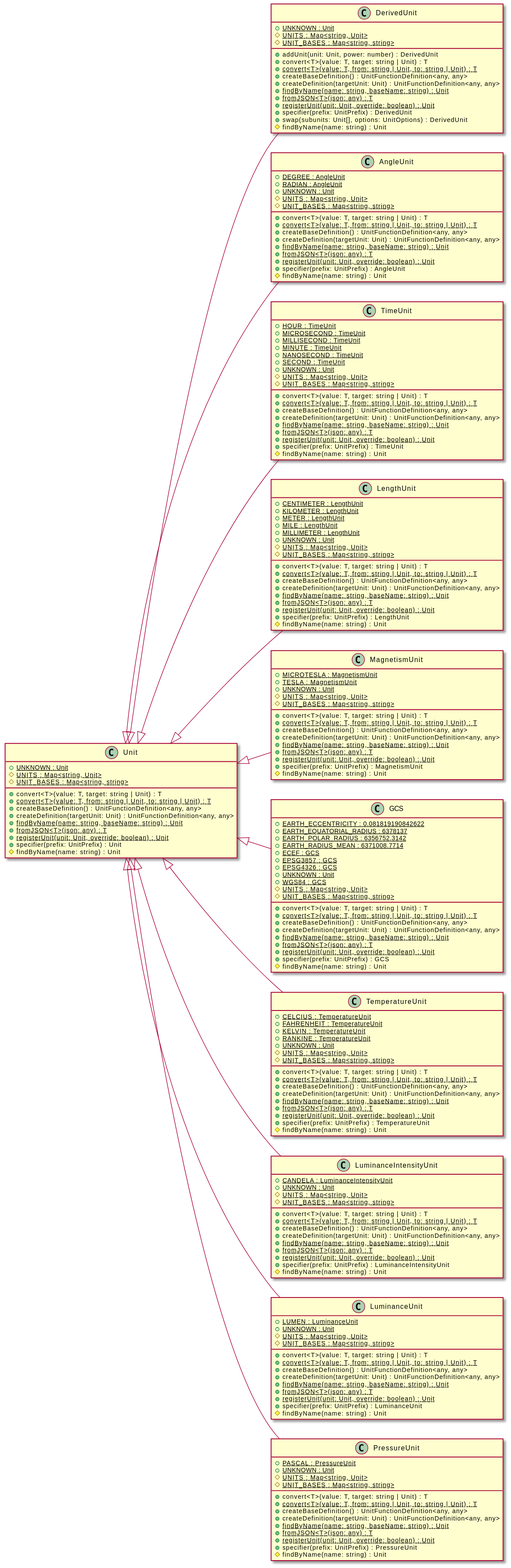
The PlantUML diagram assets/Unit-umlClassDiagram-542.svg in OpenHPS/openhps-core, before a commit.
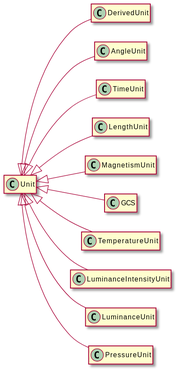
The same diagram one commit later.

Diff of the diagram source:
```diff
@@ -4,199 +4,35 @@
 hide empty methods
 hide empty fields
 class "Unit" {
-    {static} +UNKNOWN : Unit
-    {static} #UNITS : Map<string, Unit>
-    {static} #UNIT_BASES : Map<string, string>
-    +convert<T>(value: T, target: string | Unit) : T
-    {static} +convert<T>(value: T, from: string | Unit, to: string | Unit) : T
-    +createBaseDefinition() : UnitFunctionDefinition<any, any>
-    +createDefinition(targetUnit: Unit) : UnitFunctionDefinition<any, any>
-    {static} +findByName(name: string, baseName: string) : Unit
-    {static} +fromJSON<T>(json: any) : T
-    {static} +registerUnit(unit: Unit, override: boolean) : Unit
-    +specifier(prefix: UnitPrefix) : Unit
-    #findByName(name: string) : Unit
 }
 class "DerivedUnit" {
-    {static} +UNKNOWN : Unit
-    {static} #UNITS : Map<string, Unit>
-    {static} #UNIT_BASES : Map<string, string>
-    +addUnit(unit: Unit, power: number) : DerivedUnit
-    +convert<T>(value: T, target: string | Unit) : T
-    {static} +convert<T>(value: T, from: string | Unit, to: string | Unit) : T
-    +createBaseDefinition() : UnitFunctionDefinition<any, any>
-    +createDefinition(targetUnit: Unit) : UnitFunctionDefinition<any, any>
-    {static} +findByName(name: string, baseName: string) : Unit
-    {static} +fromJSON<T>(json: any) : T
-    {static} +registerUnit(unit: Unit, override: boolean) : Unit
-    +specifier(prefix: UnitPrefix) : DerivedUnit
-    +swap(subunits: Unit[], options: UnitOptions) : DerivedUnit
-    #findByName(name: string) : Unit
 }
 "Unit" <|-- "DerivedUnit"
 class "AngleUnit" {
-    {static} +DEGREE : AngleUnit
-    {static} +RADIAN : AngleUnit
-    {static} +UNKNOWN : Unit
-    {static} #UNITS : Map<string, Unit>
-    {static} #UNIT_BASES : Map<string, string>
-    +convert<T>(value: T, target: string | Unit) : T
-    {static} +convert<T>(value: T, from: string | Unit, to: string | Unit) : T
-    +createBaseDefinition() : UnitFunctionDefinition<any, any>
-    +createDefinition(targetUnit: Unit) : UnitFunctionDefinition<any, any>
-    {static} +findByName(name: string, baseName: string) : Unit
-    {static} +fromJSON<T>(json: any) : T
-    {static} +registerUnit(unit: Unit, override: boolean) : Unit
-    +specifier(prefix: UnitPrefix) : AngleUnit
-    #findByName(name: string) : Unit
 }
 "Unit" <|-- "AngleUnit"
 class "TimeUnit" {
-    {static} +HOUR : TimeUnit
-    {static} +MICROSECOND : TimeUnit
-    {static} +MILLISECOND : TimeUnit
-    {static} +MINUTE : TimeUnit
-    {static} +NANOSECOND : TimeUnit
-    {static} +SECOND : TimeUnit
-    {static} +UNKNOWN : Unit
-    {static} #UNITS : Map<string, Unit>
-    {static} #UNIT_BASES : Map<string, string>
-    +convert<T>(value: T, target: string | Unit) : T
-    {static} +convert<T>(value: T, from: string | Unit, to: string | Unit) : T
-    +createBaseDefinition() : UnitFunctionDefinition<any, any>
-    +createDefinition(targetUnit: Unit) : UnitFunctionDefinition<any, any>
-    {static} +findByName(name: string, baseName: string) : Unit
-    {static} +fromJSON<T>(json: any) : T
-    {static} +registerUnit(unit: Unit, override: boolean) : Unit
-    +specifier(prefix: UnitPrefix) : TimeUnit
-    #findByName(name: string) : Unit
 }
 "Unit" <|-- "TimeUnit"
 class "LengthUnit" {
-    {static} +CENTIMETER : LengthUnit
-    {static} +KILOMETER : LengthUnit
-    {static} +METER : LengthUnit
-    {static} +MILE : LengthUnit
-    {static} +MILLIMETER : LengthUnit
-    {static} +UNKNOWN : Unit
-    {static} #UNITS : Map<string, Unit>
-    {static} #UNIT_BASES : Map<string, string>
-    +convert<T>(value: T, target: string | Unit) : T
-    {static} +convert<T>(value: T, from: string | Unit, to: string | Unit) : T
-    +createBaseDefinition() : UnitFunctionDefinition<any, any>
-    +createDefinition(targetUnit: Unit) : UnitFunctionDefinition<any, any>
-    {static} +findByName(name: string, baseName: string) : Unit
-    {static} +fromJSON<T>(json: any) : T
-    {static} +registerUnit(unit: Unit, override: boolean) : Unit
-    +specifier(prefix: UnitPrefix) : LengthUnit
-    #findByName(name: string) : Unit
 }
 "Unit" <|-- "LengthUnit"
 class "MagnetismUnit" {
-    {static} +MICROTESLA : MagnetismUnit
-    {static} +TESLA : MagnetismUnit
-    {static} +UNKNOWN : Unit
-    {static} #UNITS : Map<string, Unit>
-    {static} #UNIT_BASES : Map<string, string>
-    +convert<T>(value: T, target: string | Unit) : T
-    {static} +convert<T>(value: T, from: string | Unit, to: string | Unit) : T
-    +createBaseDefinition() : UnitFunctionDefinition<any, any>
-    +createDefinition(targetUnit: Unit) : UnitFunctionDefinition<any, any>
-    {static} +findByName(name: string, baseName: string) : Unit
-    {static} +fromJSON<T>(json: any) : T
-    {static} +registerUnit(unit: Unit, override: boolean) : Unit
-    +specifier(prefix: UnitPrefix) : MagnetismUnit
-    #findByName(name: string) : Unit
 }
 "Unit" <|-- "MagnetismUnit"
 class "GCS" {
-    {static} +EARTH_ECCENTRICITY : 0.081819190842622
-    {static} +EARTH_EQUATORIAL_RADIUS : 6378137
-    {static} +EARTH_POLAR_RADIUS : 6356752.3142
-    {static} +EARTH_RADIUS_MEAN : 6371008.7714
-    {static} +ECEF : GCS
-    {static} +EPSG3857 : GCS
-    {static} +EPSG4326 : GCS
-    {static} +UNKNOWN : Unit
-    {static} +WGS84 : GCS
-    {static} #UNITS : Map<string, Unit>
-    {static} #UNIT_BASES : Map<string, string>
-    +convert<T>(value: T, target: string | Unit) : T
-    {static} +convert<T>(value: T, from: string | Unit, to: string | Unit) : T
-    +createBaseDefinition() : UnitFunctionDefinition<any, any>
-    +createDefinition(targetUnit: Unit) : UnitFunctionDefinition<any, any>
-    {static} +findByName(name: string, baseName: string) : Unit
-    {static} +fromJSON<T>(json: any) : T
-    {static} +registerUnit(unit: Unit, override: boolean) : Unit
-    +specifier(prefix: UnitPrefix) : GCS
-    #findByName(name: string) : Unit
 }
 "Unit" <|-- "GCS"
 class "TemperatureUnit" {
-    {static} +CELCIUS : TemperatureUnit
-    {static} +FAHRENHEIT : TemperatureUnit
-    {static} +KELVIN : TemperatureUnit
-    {static} +RANKINE : TemperatureUnit
-    {static} +UNKNOWN : Unit
-    {static} #UNITS : Map<string, Unit>
-    {static} #UNIT_BASES : Map<string, string>
-    +convert<T>(value: T, target: string | Unit) : T
-    {static} +convert<T>(value: T, from: string | Unit, to: string | Unit) : T
-    +createBaseDefinition() : UnitFunctionDefinition<any, any>
-    +createDefinition(targetUnit: Unit) : UnitFunctionDefinition<any, any>
-    {static} +findByName(name: string, baseName: string) : Unit
-    {static} +fromJSON<T>(json: any) : T
-    {static} +registerUnit(unit: Unit, override: boolean) : Unit
-    +specifier(prefix: UnitPrefix) : TemperatureUnit
-    #findByName(name: string) : Unit
 }
 "Unit" <|-- "TemperatureUnit"
 class "LuminanceIntensityUnit" {
-    {static} +CANDELA : LuminanceIntensityUnit
-    {static} +UNKNOWN : Unit
-    {static} #UNITS : Map<string, Unit>
-    {static} #UNIT_BASES : Map<string, string>
-    +convert<T>(value: T, target: string | Unit) : T
-    {static} +convert<T>(value: T, from: string | Unit, to: string | Unit) : T
-    +createBaseDefinition() : UnitFunctionDefinition<any, any>
-    +createDefinition(targetUnit: Unit) : UnitFunctionDefinition<any, any>
-    {static} +findByName(name: string, baseName: string) : Unit
-    {static} +fromJSON<T>(json: any) : T
-    {static} +registerUnit(unit: Unit, override: boolean) : Unit
-    +specifier(prefix: UnitPrefix) : LuminanceIntensityUnit
-    #findByName(name: string) : Unit
 }
 "Unit" <|-- "LuminanceIntensityUnit"
 class "LuminanceUnit" {
-    {static} +LUMEN : LuminanceUnit
-    {static} +UNKNOWN : Unit
-    {static} #UNITS : Map<string, Unit>
-    {static} #UNIT_BASES : Map<string, string>
-    +convert<T>(value: T, target: string | Unit) : T
-    {static} +convert<T>(value: T, from: string | Unit, to: string | Unit) : T
-    +createBaseDefinition() : UnitFunctionDefinition<any, any>
-    +createDefinition(targetUnit: Unit) : UnitFunctionDefinition<any, any>
-    {static} +findByName(name: string, baseName: string) : Unit
-    {static} +fromJSON<T>(json: any) : T
-    {static} +registerUnit(unit: Unit, override: boolean) : Unit
-    +specifier(prefix: UnitPrefix) : LuminanceUnit
-    #findByName(name: string) : Unit
 }
 "Unit" <|-- "LuminanceUnit"
 class "PressureUnit" {
-    {static} +PASCAL : PressureUnit
-    {static} +UNKNOWN : Unit
-    {static} #UNITS : Map<string, Unit>
-    {static} #UNIT_BASES : Map<string, string>
-    +convert<T>(value: T, target: string | Unit) : T
-    {static} +convert<T>(value: T, from: string | Unit, to: string | Unit) : T
-    +createBaseDefinition() : UnitFunctionDefinition<any, any>
-    +createDefinition(targetUnit: Unit) : UnitFunctionDefinition<any, any>
-    {static} +findByName(name: string, baseName: string) : Unit
-    {static} +fromJSON<T>(json: any) : T
-    {static} +registerUnit(unit: Unit, override: boolean) : Unit
-    +specifier(prefix: UnitPrefix) : PressureUnit
-    #findByName(name: string) : Unit
 }
 "Unit" <|-- "PressureUnit"
 @enduml
```
